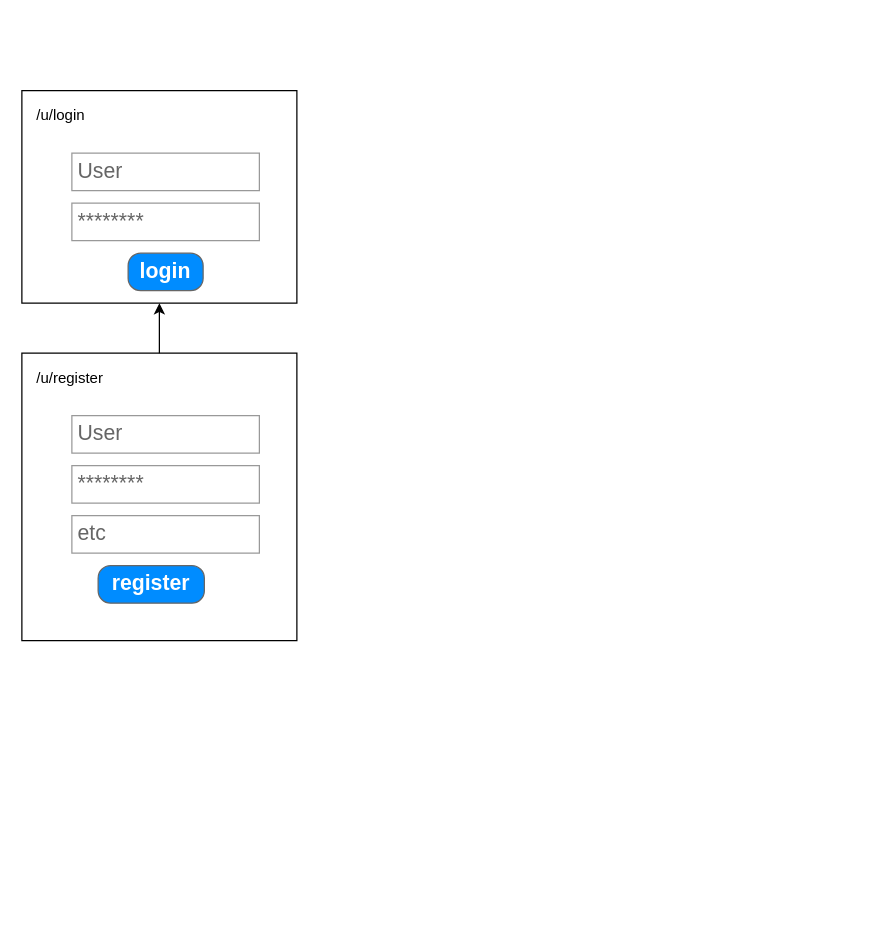
Above: Untitled Diagram.drawio in vandlol/stenchef (draw.io), before the change. Source tidied: cells renumbered, new cells numbered last; positions are measured from the earlier drawing's top-left corner, leaving out a move shared by most shapes. Both pictures are drawn from the tidied source at 125%, with x=0, y=0 at pixel (21, 90).
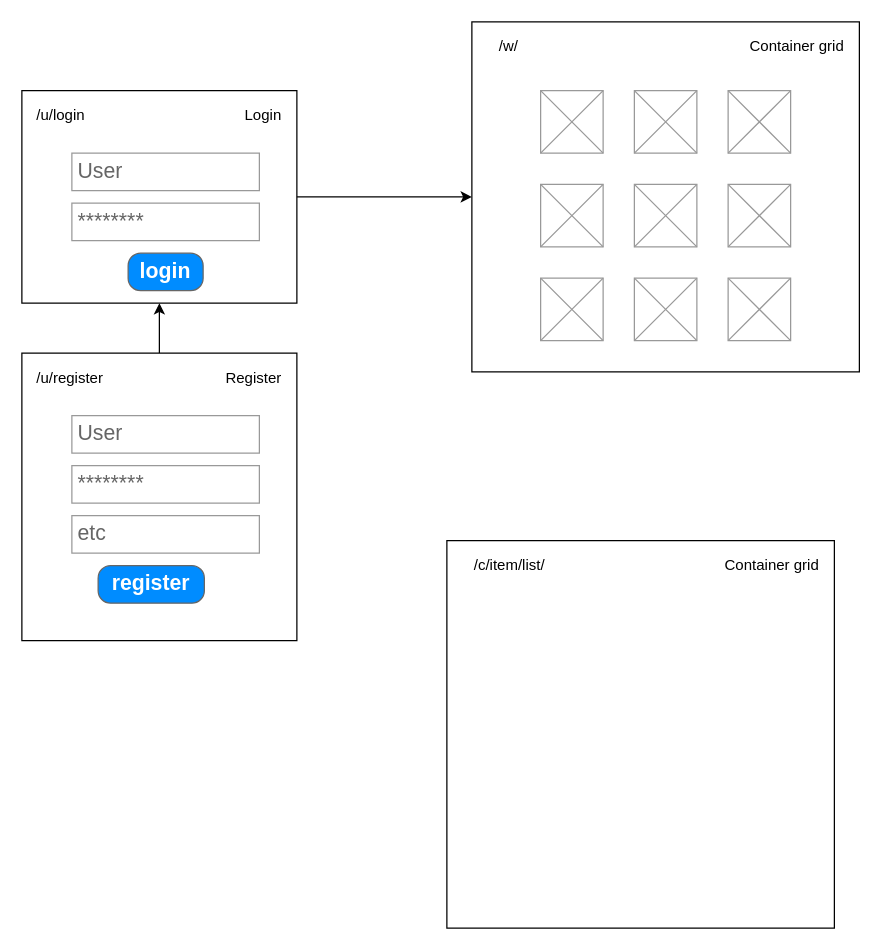
The same diagram, later.

Unchanged cells that the change refers to:
```xml
<mxCell id="3" style="rounded=0;whiteSpace=wrap;html=1;" parent="2" vertex="1">
  <mxGeometry width="220" height="230" as="geometry" />
</mxCell>
```

Change to the diagram source:
```diff
@@
+    <mxCell id="15" style="edgeStyle=orthogonalEdgeStyle;rounded=0;jettySize=auto;html=1;" parent="1" edge="1" source="3" target="10">
+      <mxGeometry relative="1" as="geometry" />
+    </mxCell>
+    <mxCell id="16" style="group;" parent="1" vertex="1">
+      <mxGeometry width="220" height="170" as="geometry" />
+    </mxCell>
+    <mxCell id="9" style="group;" parent="16" vertex="1">
+      <mxGeometry width="220" height="170" as="geometry" />
+    </mxCell>
+    <mxCell id="10" style="rounded=0;whiteSpace=wrap;html=1;" parent="9" vertex="1">
+      <mxGeometry width="220" height="170" as="geometry" />
+    </mxCell>
+    <mxCell id="11" value="/u/login" style="text;html=1;strokeColor=none;fillColor=none;align=left;verticalAlign=middle;whiteSpace=wrap;rounded=0;" parent="9" vertex="1">
+      <mxGeometry x="10" y="10" width="40" height="20" as="geometry" />
+    </mxCell>
+    <mxCell id="12" value="********" style="strokeWidth=1;shadow=0;dashed=0;align=center;html=1;shape=mxgraph.mockup.forms.pwField;strokeColor=#999999;mainText=;align=left;fontColor=#666666;fontSize=17;spacingLeft=3;" parent="9" vertex="1">
+      <mxGeometry x="40" y="90" width="150" height="30" as="geometry" />
+    </mxCell>
+    <mxCell id="13" value="login" style="strokeWidth=1;shadow=0;dashed=0;align=center;html=1;shape=mxgraph.mockup.buttons.button;strokeColor=#666666;fontColor=#ffffff;mainText=;buttonStyle=round;fontSize=17;fontStyle=1;fillColor=#008cff;whiteSpace=wrap;" parent="9" vertex="1">
+      <mxGeometry x="85" y="130" width="60" height="30" as="geometry" />
+    </mxCell>
+    <mxCell id="14" value="User" style="strokeWidth=1;shadow=0;dashed=0;align=center;html=1;shape=mxgraph.mockup.forms.pwField;strokeColor=#999999;mainText=;align=left;fontColor=#666666;fontSize=17;spacingLeft=3;" parent="9" vertex="1">
+      <mxGeometry x="40" y="50" width="150" height="30" as="geometry" />
+    </mxCell>
+    <mxCell id="17" value="Login" style="text;html=1;strokeColor=none;fillColor=none;align=right;verticalAlign=middle;whiteSpace=wrap;rounded=0;" parent="9" vertex="1">
+      <mxGeometry x="170" y="10" width="40" height="20" as="geometry" />
+    </mxCell>
+    <mxCell id="18" style="group;" parent="1" vertex="1">
+      <mxGeometry y="210" width="220" height="230" as="geometry" />
+    </mxCell>
-    <mxCell id="2" style="group;" parent="1" vertex="1">
-      <mxGeometry y="210" width="220" height="230" as="geometry" />
+    <mxCell id="2" style="group;" parent="18" vertex="1">
+      <mxGeometry width="220" height="230" as="geometry" />
     </mxCell>
@@
-    <mxCell id="9" style="group;" parent="1" vertex="1">
-      <mxGeometry width="220" height="170" as="geometry" />
-    </mxCell>
-    <mxCell id="10" style="rounded=0;whiteSpace=wrap;html=1;" parent="9" vertex="1">
-      <mxGeometry width="220" height="170" as="geometry" />
-    </mxCell>
-    <mxCell id="11" value="/u/login" style="text;html=1;strokeColor=none;fillColor=none;align=left;verticalAlign=middle;whiteSpace=wrap;rounded=0;" parent="9" vertex="1">
-      <mxGeometry x="10" y="10" width="40" height="20" as="geometry" />
-    </mxCell>
-    <mxCell id="12" value="********" style="strokeWidth=1;shadow=0;dashed=0;align=center;html=1;shape=mxgraph.mockup.forms.pwField;strokeColor=#999999;mainText=;align=left;fontColor=#666666;fontSize=17;spacingLeft=3;" parent="9" vertex="1">
-      <mxGeometry x="40" y="90" width="150" height="30" as="geometry" />
-    </mxCell>
-    <mxCell id="13" value="login" style="strokeWidth=1;shadow=0;dashed=0;align=center;html=1;shape=mxgraph.mockup.buttons.button;strokeColor=#666666;fontColor=#ffffff;mainText=;buttonStyle=round;fontSize=17;fontStyle=1;fillColor=#008cff;whiteSpace=wrap;" parent="9" vertex="1">
-      <mxGeometry x="85" y="130" width="60" height="30" as="geometry" />
-    </mxCell>
-    <mxCell id="14" value="User" style="strokeWidth=1;shadow=0;dashed=0;align=center;html=1;shape=mxgraph.mockup.forms.pwField;strokeColor=#999999;mainText=;align=left;fontColor=#666666;fontSize=17;spacingLeft=3;" parent="9" vertex="1">
-      <mxGeometry x="40" y="50" width="150" height="30" as="geometry" />
-    </mxCell>
-    <mxCell id="15" style="edgeStyle=orthogonalEdgeStyle;rounded=0;jettySize=auto;html=1;" parent="1" edge="1" source="3" target="10">
-      <mxGeometry relative="1" as="geometry" />
-    </mxCell>
+    <mxCell id="19" value="&lt;div align=&quot;right&quot;&gt;Register&lt;/div&gt;" style="text;html=1;strokeColor=none;fillColor=none;align=right;verticalAlign=middle;whiteSpace=wrap;rounded=0;" parent="2" vertex="1">
+      <mxGeometry x="170" y="10" width="40" height="20" as="geometry" />
+    </mxCell>
+    <mxCell id="20" style="group;" parent="1" vertex="1">
+      <mxGeometry x="360" y="-55" width="310" height="280" as="geometry" />
+    </mxCell>
+    <mxCell id="21" style="rounded=0;whiteSpace=wrap;html=1;align=left;" parent="20" vertex="1">
+      <mxGeometry width="310" height="280" as="geometry" />
+    </mxCell>
+    <mxCell id="22" style="verticalLabelPosition=bottom;shadow=0;dashed=0;align=center;html=1;verticalAlign=top;strokeWidth=1;shape=mxgraph.mockup.graphics.simpleIcon;strokeColor=#999999;fillColor=#ffffff;" parent="20" vertex="1">
+      <mxGeometry x="55" y="55" width="50" height="50" as="geometry" />
+    </mxCell>
+    <mxCell id="23" style="verticalLabelPosition=bottom;shadow=0;dashed=0;align=center;html=1;verticalAlign=top;strokeWidth=1;shape=mxgraph.mockup.graphics.simpleIcon;strokeColor=#999999;fillColor=#ffffff;" parent="20" vertex="1">
+      <mxGeometry x="130" y="55" width="50" height="50" as="geometry" />
+    </mxCell>
+    <mxCell id="24" style="verticalLabelPosition=bottom;shadow=0;dashed=0;align=center;html=1;verticalAlign=top;strokeWidth=1;shape=mxgraph.mockup.graphics.simpleIcon;strokeColor=#999999;fillColor=#ffffff;" parent="20" vertex="1">
+      <mxGeometry x="205" y="55" width="50" height="50" as="geometry" />
+    </mxCell>
+    <mxCell id="25" style="verticalLabelPosition=bottom;shadow=0;dashed=0;align=center;html=1;verticalAlign=top;strokeWidth=1;shape=mxgraph.mockup.graphics.simpleIcon;strokeColor=#999999;fillColor=#ffffff;" parent="20" vertex="1">
+      <mxGeometry x="55" y="130" width="50" height="50" as="geometry" />
+    </mxCell>
+    <mxCell id="26" style="verticalLabelPosition=bottom;shadow=0;dashed=0;align=center;html=1;verticalAlign=top;strokeWidth=1;shape=mxgraph.mockup.graphics.simpleIcon;strokeColor=#999999;fillColor=#ffffff;" parent="20" vertex="1">
+      <mxGeometry x="130" y="130" width="50" height="50" as="geometry" />
+    </mxCell>
+    <mxCell id="27" style="verticalLabelPosition=bottom;shadow=0;dashed=0;align=center;html=1;verticalAlign=top;strokeWidth=1;shape=mxgraph.mockup.graphics.simpleIcon;strokeColor=#999999;fillColor=#ffffff;" parent="20" vertex="1">
+      <mxGeometry x="205" y="130" width="50" height="50" as="geometry" />
+    </mxCell>
+    <mxCell id="28" style="verticalLabelPosition=bottom;shadow=0;dashed=0;align=center;html=1;verticalAlign=top;strokeWidth=1;shape=mxgraph.mockup.graphics.simpleIcon;strokeColor=#999999;fillColor=#ffffff;" parent="20" vertex="1">
+      <mxGeometry x="55" y="205" width="50" height="50" as="geometry" />
+    </mxCell>
+    <mxCell id="29" style="verticalLabelPosition=bottom;shadow=0;dashed=0;align=center;html=1;verticalAlign=top;strokeWidth=1;shape=mxgraph.mockup.graphics.simpleIcon;strokeColor=#999999;fillColor=#ffffff;" parent="20" vertex="1">
+      <mxGeometry x="130" y="205" width="50" height="50" as="geometry" />
+    </mxCell>
+    <mxCell id="30" style="verticalLabelPosition=bottom;shadow=0;dashed=0;align=center;html=1;verticalAlign=top;strokeWidth=1;shape=mxgraph.mockup.graphics.simpleIcon;strokeColor=#999999;fillColor=#ffffff;" parent="20" vertex="1">
+      <mxGeometry x="205" y="205" width="50" height="50" as="geometry" />
+    </mxCell>
+    <mxCell id="31" value="/w/" style="text;html=1;strokeColor=none;fillColor=none;align=left;verticalAlign=middle;whiteSpace=wrap;rounded=0;" parent="20" vertex="1">
+      <mxGeometry x="20" y="10" width="85" height="20" as="geometry" />
+    </mxCell>
+    <mxCell id="32" value="&lt;div&gt;Container grid&lt;br&gt;&lt;/div&gt;" style="text;html=1;strokeColor=none;fillColor=none;align=right;verticalAlign=middle;whiteSpace=wrap;rounded=0;" parent="20" vertex="1">
+      <mxGeometry x="185" y="10" width="115" height="20" as="geometry" />
+    </mxCell>
+    <mxCell id="33" style="edgeStyle=orthogonalEdgeStyle;rounded=0;jettySize=auto;html=1;" parent="1" edge="1" source="10" target="21">
+      <mxGeometry relative="1" as="geometry" />
+    </mxCell>
+    <mxCell id="34" style="group;" parent="1" vertex="1">
+      <mxGeometry x="340" y="360" width="310" height="310" as="geometry" />
+    </mxCell>
+    <mxCell id="35" style="rounded=0;whiteSpace=wrap;html=1;align=left;" parent="34" vertex="1">
+      <mxGeometry width="310" height="310" as="geometry" />
+    </mxCell>
+    <mxCell id="36" value="/c/item/list/" style="text;html=1;strokeColor=none;fillColor=none;align=left;verticalAlign=middle;whiteSpace=wrap;rounded=0;" parent="34" vertex="1">
+      <mxGeometry x="20" y="10" width="85" height="20" as="geometry" />
+    </mxCell>
+    <mxCell id="37" value="&lt;div&gt;Container grid&lt;br&gt;&lt;/div&gt;" style="text;html=1;strokeColor=none;fillColor=none;align=right;verticalAlign=middle;whiteSpace=wrap;rounded=0;" parent="34" vertex="1">
+      <mxGeometry x="185" y="10" width="115" height="20" as="geometry" />
+    </mxCell>
```
